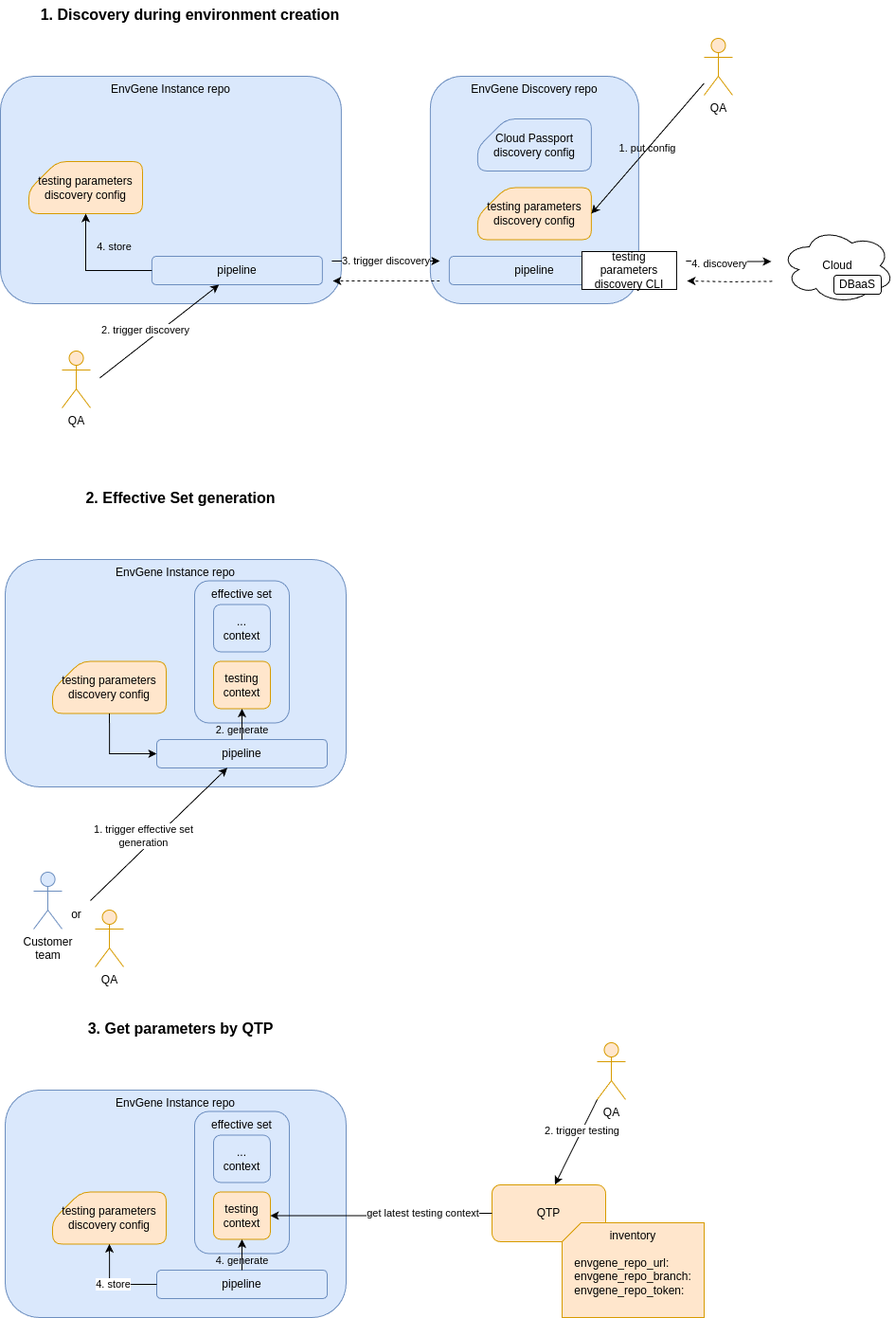
Before: docs/images/qtp-option-1.drawio.png, a diagram exported from draw.io (sivareddyit/qubership-envgene). Source tidied: cells renumbered, new cells last; positions are measured from the earlier drawing's top-left corner, leaving out a move shared by most shapes.
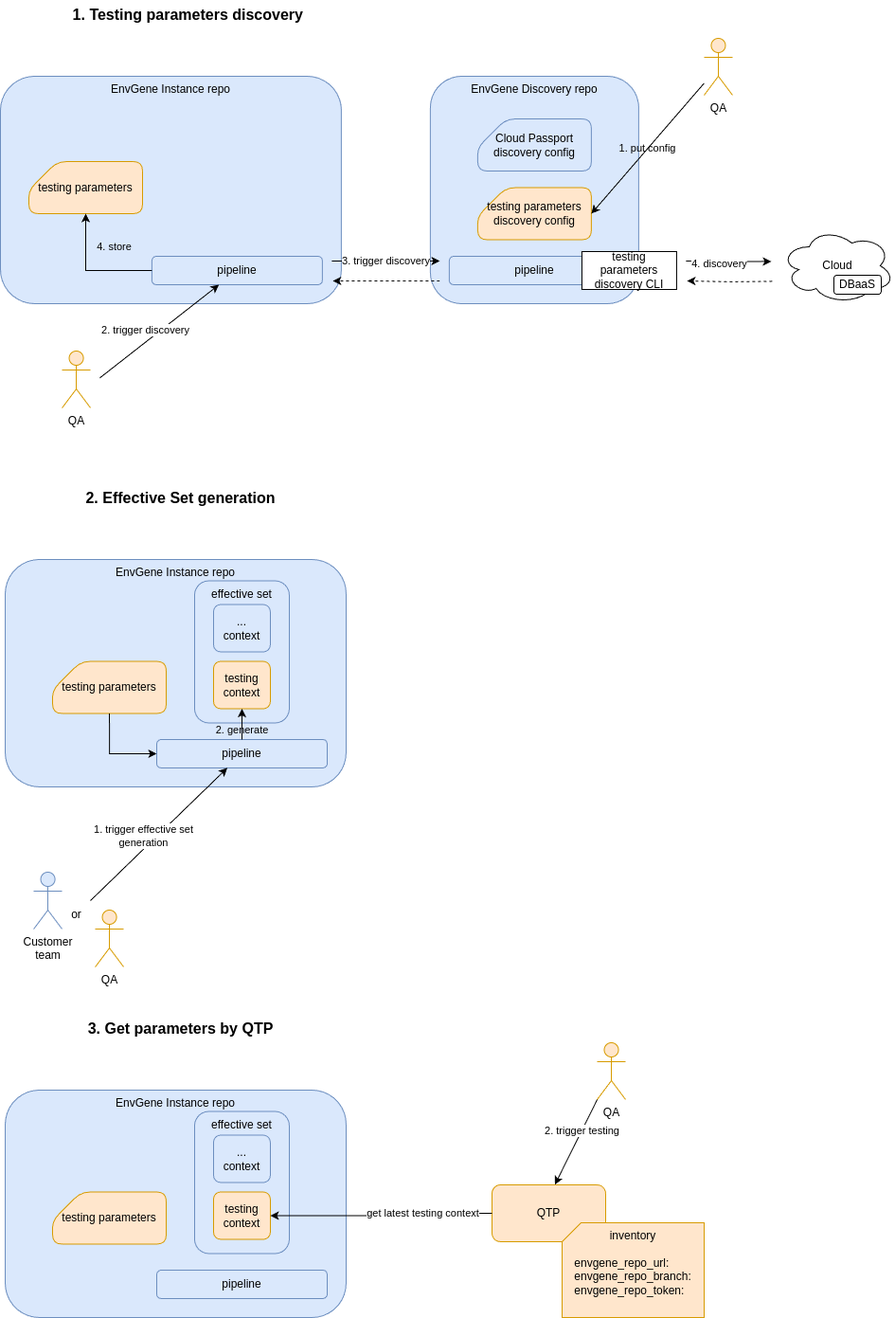
After the change.

Commit message:
docs: qtp params update

What changed in the source:
```diff
@@ -67,14 +67,14 @@
     <mxCell id="16" value="DBaaS" style="rounded=1;whiteSpace=wrap;html=1;" parent="1" vertex="1">
       <mxGeometry x="880" y="290" width="50" height="20" as="geometry" />
     </mxCell>
-    <mxCell id="17" value="&lt;div&gt;testing parameters discovery config&lt;/div&gt;" style="rounded=1;whiteSpace=wrap;html=1;fillColor=#ffe6cc;strokeColor=#d79b00;shape=card;" parent="1" vertex="1">
+    <mxCell id="17" value="&lt;div&gt;testing parameters&lt;/div&gt;" style="rounded=1;whiteSpace=wrap;html=1;fillColor=#ffe6cc;strokeColor=#d79b00;shape=card;" parent="1" vertex="1">
       <mxGeometry x="30" y="170" width="120" height="55" as="geometry" />
     </mxCell>
     <mxCell id="18" value="4. store" style="edgeStyle=orthogonalEdgeStyle;rounded=0;jettySize=auto;html=1;exitX=0;exitY=0.5;exitDx=0;exitDy=0;entryX=0.5;entryY=1;entryDx=0;entryDy=0;entryPerimeter=0;labelBackgroundColor=none;" parent="1" edge="1" source="3" target="17">
       <mxGeometry x="-0.39" y="-25" relative="1" as="geometry" />
     </mxCell>
-    <mxCell id="19" value="&lt;b&gt;&lt;font style=&quot;font-size: 16px;&quot;&gt;1. Discovery during environment creation&lt;/font&gt;&lt;/b&gt;" style="text;html=1;align=center;verticalAlign=middle;strokeColor=none;fillColor=none;" parent="1" vertex="1">
-      <mxGeometry x="30" width="340" height="30" as="geometry" />
+    <mxCell id="19" value="&lt;b&gt;&lt;font style=&quot;font-size: 16px;&quot;&gt;1. Testing parameters discovery&amp;nbsp;&lt;/font&gt;&lt;/b&gt;" style="text;html=1;align=center;verticalAlign=middle;strokeColor=none;fillColor=none;" parent="1" vertex="1">
+      <mxGeometry x="65" width="270" height="30" as="geometry" />
     </mxCell>
     <mxCell id="20" value="EnvGene Instance repo" style="rounded=1;whiteSpace=wrap;html=1;verticalAlign=top;fillColor=#dae8fc;strokeColor=#6c8ebf;" parent="1" vertex="1">
       <mxGeometry x="5" y="590" width="359.9" height="240" as="geometry" />
@@ -102,7 +102,7 @@
     <mxCell id="27" value="&lt;span&gt;2. generate&lt;/span&gt;" style="edgeStyle=orthogonalEdgeStyle;rounded=0;jettySize=auto;html=1;exitX=0.5;exitY=0;exitDx=0;exitDy=0;labelBackgroundColor=none;" parent="1" edge="1" source="21" target="23">
       <mxGeometry x="-0.58" relative="1" as="geometry" />
     </mxCell>
-    <mxCell id="28" value="&lt;div&gt;testing parameters discovery config&lt;/div&gt;" style="rounded=1;whiteSpace=wrap;html=1;fillColor=#ffe6cc;strokeColor=#d79b00;shape=card;" parent="1" vertex="1">
+    <mxCell id="28" value="&lt;div&gt;testing parameters&lt;/div&gt;" style="rounded=1;whiteSpace=wrap;html=1;fillColor=#ffe6cc;strokeColor=#d79b00;shape=card;" parent="1" vertex="1">
       <mxGeometry x="55" y="697.5" width="120" height="55" as="geometry" />
     </mxCell>
     <mxCell id="29" style="edgeStyle=orthogonalEdgeStyle;rounded=0;jettySize=auto;html=1;exitX=0.5;exitY=1;exitDx=0;exitDy=0;entryX=0;entryY=0.5;entryDx=0;entryDy=0;exitPerimeter=0;" parent="1" edge="1" source="28" target="21">
@@ -146,15 +146,9 @@
     <mxCell id="40" value="2. trigger testing" style="rounded=0;jettySize=auto;html=1;entryX=0.554;entryY=-0.004;entryDx=0;entryDy=0;entryPerimeter=0;" parent="1" edge="1" source="39" target="36">
       <mxGeometry x="-0.27" relative="1" as="geometry" />
     </mxCell>
-    <mxCell id="41" value="&lt;span&gt;4. generate&lt;/span&gt;" style="edgeStyle=orthogonalEdgeStyle;rounded=0;jettySize=auto;html=1;exitX=0.5;exitY=0;exitDx=0;exitDy=0;labelBackgroundColor=none;" parent="1" edge="1" source="32" target="34">
-      <mxGeometry x="-0.58" relative="1" as="geometry" />
-    </mxCell>
-    <mxCell id="42" value="&lt;div&gt;testing parameters discovery config&lt;/div&gt;" style="rounded=1;whiteSpace=wrap;html=1;fillColor=#ffe6cc;strokeColor=#d79b00;shape=card;" parent="1" vertex="1">
+    <mxCell id="42" value="&lt;div&gt;testing parameters&lt;/div&gt;" style="rounded=1;whiteSpace=wrap;html=1;fillColor=#ffe6cc;strokeColor=#d79b00;shape=card;" parent="1" vertex="1">
       <mxGeometry x="55" y="1257.5" width="120" height="55" as="geometry" />
     </mxCell>
-    <mxCell id="43" value="4. store" style="edgeStyle=orthogonalEdgeStyle;rounded=0;jettySize=auto;html=1;exitX=0;exitY=0.5;exitDx=0;exitDy=0;entryX=0.5;entryY=1;entryDx=0;entryDy=0;entryPerimeter=0;" parent="1" edge="1" source="32" target="42">
-      <mxGeometry relative="1" as="geometry" />
-    </mxCell>
     <mxCell id="44" value="&lt;b&gt;&lt;font style=&quot;font-size: 16px;&quot;&gt;3. Get parameters by QTP&lt;/font&gt;&lt;/b&gt;" style="text;html=1;align=center;verticalAlign=middle;strokeColor=none;fillColor=none;" parent="1" vertex="1">
       <mxGeometry x="80" y="1070" width="220" height="30" as="geometry" />
     </mxCell>
```
